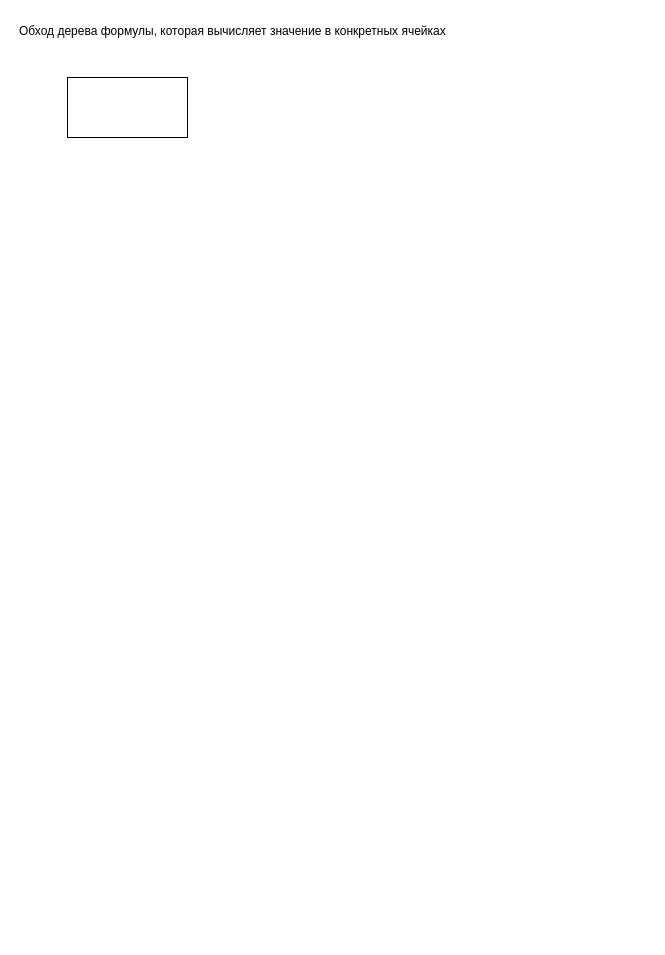
Earlier version of the draw.io diagram ast/Диаграмма без названия.drawio (rokker1/yp-excel). Source tidied: cells renumbered, new cells numbered last; positions are measured from the earlier drawing's top-left corner, leaving out a move shared by most shapes. Both pictures are drawn from the tidied source at 100%, with x=0, y=0 at pixel (17, 17).
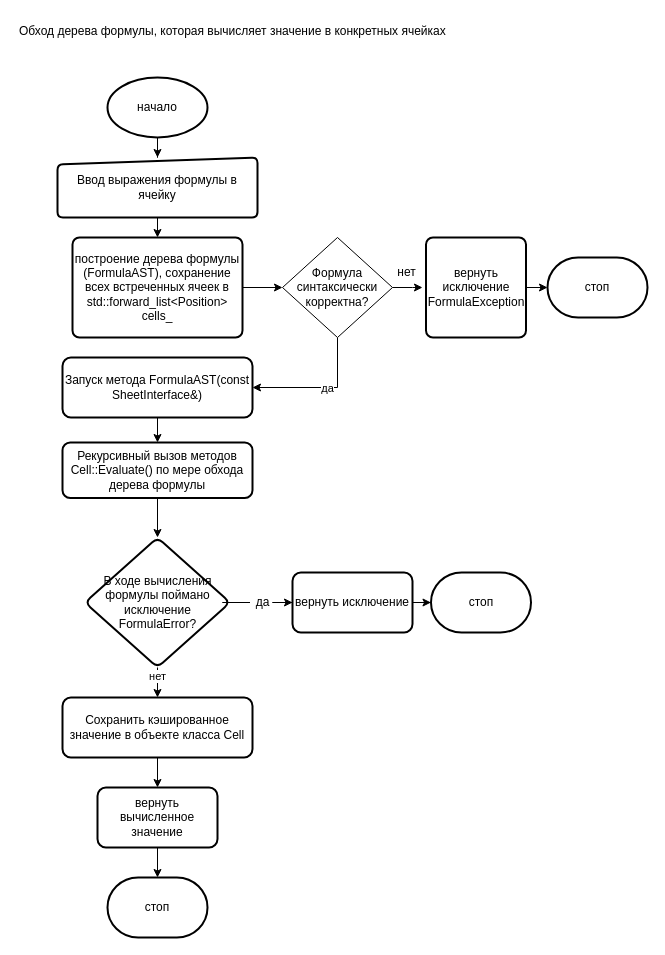
The same page after the edit.

Change to the diagram source:
```diff
@@
-    <mxCell id="2" style="rounded=0;whiteSpace=wrap;html=1;" parent="1" vertex="1">
-      <mxGeometry x="50" y="60" width="120" height="60" as="geometry" />
-    </mxCell>
@@
+    <mxCell id="4" style="edgeStyle=orthogonalEdgeStyle;rounded=0;jettySize=auto;html=1;exitX=0.5;exitY=1;exitDx=0;exitDy=0;exitPerimeter=0;" parent="1" edge="1" source="5" target="7">
+      <mxGeometry relative="1" as="geometry" />
+    </mxCell>
+    <mxCell id="5" value="начало" style="strokeWidth=2;html=1;shape=mxgraph.flowchart.start_1;whiteSpace=wrap;" parent="1" vertex="1">
+      <mxGeometry x="90" y="60" width="100" height="60" as="geometry" />
+    </mxCell>
+    <mxCell id="6" style="edgeStyle=orthogonalEdgeStyle;rounded=0;jettySize=auto;html=1;exitX=0.5;exitY=1;exitDx=0;exitDy=0;entryX=0.5;entryY=0;entryDx=0;entryDy=0;" parent="1" edge="1" source="7" target="9">
+      <mxGeometry relative="1" as="geometry" />
+    </mxCell>
+    <mxCell id="7" value="Ввод выражения формулы в ячейку" style="html=1;strokeWidth=2;shape=manualInput;whiteSpace=wrap;rounded=1;size=7;arcSize=11;" parent="1" vertex="1">
+      <mxGeometry x="40" y="140" width="200" height="60" as="geometry" />
+    </mxCell>
+    <mxCell id="8" style="edgeStyle=orthogonalEdgeStyle;rounded=0;jettySize=auto;html=1;entryX=0;entryY=0.5;entryDx=0;entryDy=0;" parent="1" edge="1" source="9" target="23">
+      <mxGeometry relative="1" as="geometry" />
+    </mxCell>
+    <mxCell id="9" value="построение дерева формулы (FormulaAST), сохранение всех встреченных ячеек в std::forward_list&amp;lt;Position&amp;gt; cells_" style="rounded=1;whiteSpace=wrap;html=1;absoluteArcSize=1;arcSize=14;strokeWidth=2;" parent="1" vertex="1">
+      <mxGeometry x="55" y="220" width="170" height="100" as="geometry" />
+    </mxCell>
+    <mxCell id="10" style="edgeStyle=orthogonalEdgeStyle;rounded=0;jettySize=auto;html=1;" parent="1" edge="1" source="11" target="12">
+      <mxGeometry relative="1" as="geometry" />
+    </mxCell>
+    <mxCell id="11" value="Запуск метода FormulaAST(const SheetInterface&amp;amp;) " style="whiteSpace=wrap;html=1;rounded=1;arcSize=14;strokeWidth=2;" parent="1" vertex="1">
+      <mxGeometry x="45" y="340" width="190" height="60" as="geometry" />
+    </mxCell>
+    <mxCell id="12" value="Рекурсивный вызов методов Cell::Evaluate() по мере обхода дерева формулы" style="whiteSpace=wrap;html=1;rounded=1;arcSize=14;strokeWidth=2;" parent="1" vertex="1">
+      <mxGeometry x="45" y="425" width="190" height="55.5" as="geometry" />
+    </mxCell>
+    <mxCell id="13" style="edgeStyle=orthogonalEdgeStyle;rounded=0;jettySize=auto;html=1;exitX=0.5;exitY=1;exitDx=0;exitDy=0;" parent="1" edge="1" source="12" target="17">
+      <mxGeometry relative="1" as="geometry" />
+    </mxCell>
+    <mxCell id="14" style="edgeStyle=orthogonalEdgeStyle;rounded=0;jettySize=auto;html=1;startArrow=none;" parent="1" edge="1" source="26" target="19">
+      <mxGeometry relative="1" as="geometry" />
+    </mxCell>
+    <mxCell id="15" style="edgeStyle=orthogonalEdgeStyle;rounded=0;jettySize=auto;html=1;" parent="1" edge="1" source="17" target="30">
+      <mxGeometry relative="1" as="geometry" />
+    </mxCell>
+    <mxCell id="16" value="нет" style="edgeLabel;html=1;align=center;verticalAlign=middle;" parent="15" vertex="1">
+      <mxGeometry x="-0.69" y="-1" relative="1" as="geometry" />
+    </mxCell>
+    <mxCell id="17" value="В ходе вычисления формулы поймано исключение FormulaError?&lt;br&gt; " style="rhombus;whiteSpace=wrap;html=1;rounded=1;arcSize=14;strokeWidth=2;" parent="1" vertex="1">
+      <mxGeometry x="67.5" y="520" width="145" height="130" as="geometry" />
+    </mxCell>
+    <mxCell id="18" style="edgeStyle=orthogonalEdgeStyle;rounded=0;jettySize=auto;html=1;entryX=0;entryY=0.5;entryDx=0;entryDy=0;entryPerimeter=0;" parent="1" edge="1" source="19" target="34">
+      <mxGeometry relative="1" as="geometry" />
+    </mxCell>
+    <mxCell id="19" value="вернуть исключение" style="whiteSpace=wrap;html=1;rounded=1;arcSize=14;strokeWidth=2;" parent="1" vertex="1">
+      <mxGeometry x="275" y="555" width="120" height="60" as="geometry" />
+    </mxCell>
+    <mxCell id="20" style="edgeStyle=orthogonalEdgeStyle;rounded=0;jettySize=auto;html=1;" parent="1" edge="1" source="23">
+      <mxGeometry relative="1" as="geometry">
+        <mxPoint x="405" y="270" as="targetPoint" />
+      </mxGeometry>
+    </mxCell>
+    <mxCell id="21" style="edgeStyle=orthogonalEdgeStyle;rounded=0;jettySize=auto;html=1;exitX=0.5;exitY=1;exitDx=0;exitDy=0;entryX=1;entryY=0.5;entryDx=0;entryDy=0;" parent="1" edge="1" source="23" target="11">
+      <mxGeometry relative="1" as="geometry" />
+    </mxCell>
+    <mxCell id="22" value="да" style="edgeLabel;html=1;align=center;verticalAlign=middle;" parent="21" vertex="1">
+      <mxGeometry x="-0.1" relative="1" as="geometry" />
+    </mxCell>
+    <mxCell id="23" value="Формула синтаксически корректна?" style="rhombus;whiteSpace=wrap;html=1;" parent="1" vertex="1">
+      <mxGeometry x="265" y="220" width="110" height="100" as="geometry" />
+    </mxCell>
+    <mxCell id="24" style="edgeStyle=orthogonalEdgeStyle;rounded=0;jettySize=auto;html=1;" parent="1" edge="1" source="25" target="35">
+      <mxGeometry relative="1" as="geometry" />
+    </mxCell>
+    <mxCell id="25" value="вернуть исключение FormulaException" style="rounded=1;whiteSpace=wrap;html=1;absoluteArcSize=1;arcSize=14;strokeWidth=2;" parent="1" vertex="1">
+      <mxGeometry x="408.5" y="220" width="100" height="100" as="geometry" />
+    </mxCell>
+    <mxCell id="26" value="да" style="text;html=1;align=center;verticalAlign=middle;points=[];strokeColor=none;fillColor=none;" parent="1" vertex="1">
+      <mxGeometry x="225" y="570" width="40" height="30" as="geometry" />
+    </mxCell>
+    <mxCell id="27" style="edgeStyle=orthogonalEdgeStyle;rounded=0;jettySize=auto;html=1;endArrow=none;" parent="1" edge="1" source="17" target="26">
+      <mxGeometry relative="1" as="geometry" />
+    </mxCell>
+    <mxCell id="28" value="нет" style="text;html=1;align=center;verticalAlign=middle;strokeColor=none;fillColor=none;" parent="1" vertex="1">
+      <mxGeometry x="363.5" y="240" width="50" height="30" as="geometry" />
+    </mxCell>
+    <mxCell id="29" style="edgeStyle=orthogonalEdgeStyle;rounded=0;jettySize=auto;html=1;" parent="1" edge="1" source="30" target="32">
+      <mxGeometry relative="1" as="geometry" />
+    </mxCell>
+    <mxCell id="30" value="Сохранить кэшированное значение в объекте класса Cell" style="whiteSpace=wrap;html=1;rounded=1;arcSize=14;strokeWidth=2;" parent="1" vertex="1">
+      <mxGeometry x="45" y="680" width="190" height="60" as="geometry" />
+    </mxCell>
+    <mxCell id="31" style="edgeStyle=orthogonalEdgeStyle;rounded=0;jettySize=auto;html=1;exitX=0.5;exitY=1;exitDx=0;exitDy=0;entryX=0.5;entryY=0;entryDx=0;entryDy=0;entryPerimeter=0;" parent="1" edge="1" source="32" target="33">
+      <mxGeometry relative="1" as="geometry" />
+    </mxCell>
+    <mxCell id="32" value="вернуть вычисленное значение" style="whiteSpace=wrap;html=1;rounded=1;arcSize=14;strokeWidth=2;" parent="1" vertex="1">
+      <mxGeometry x="80" y="770" width="120" height="60" as="geometry" />
+    </mxCell>
+    <mxCell id="33" value="стоп" style="strokeWidth=2;html=1;shape=mxgraph.flowchart.terminator;whiteSpace=wrap;" parent="1" vertex="1">
+      <mxGeometry x="90" y="860" width="100" height="60" as="geometry" />
+    </mxCell>
+    <mxCell id="34" value="стоп" style="strokeWidth=2;html=1;shape=mxgraph.flowchart.terminator;whiteSpace=wrap;" parent="1" vertex="1">
+      <mxGeometry x="413.5" y="555" width="100" height="60" as="geometry" />
+    </mxCell>
+    <mxCell id="35" value="стоп" style="strokeWidth=2;html=1;shape=mxgraph.flowchart.terminator;whiteSpace=wrap;" parent="1" vertex="1">
+      <mxGeometry x="530" y="240" width="100" height="60" as="geometry" />
+    </mxCell>
```
